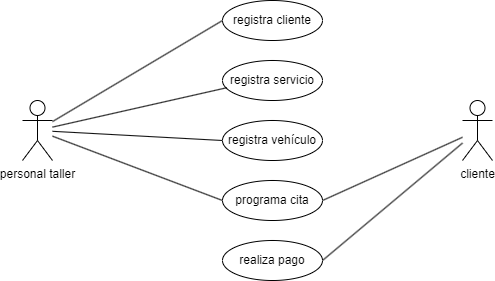
Before: diagrama_comportamiento/taller/taller.drawio.png, a diagram exported from draw.io (liliguoz/ETS). Source tidied: cells renumbered, new cells last; positions are measured from the earlier drawing's top-left corner, leaving out a move shared by most shapes. Source of this version:
```xml
<mxGraphModel>
  <root>
    <mxCell id="0" />
    <mxCell id="1" parent="0" />
    <mxCell id="2" style="rounded=0;jettySize=auto;html=1;entryX=0;entryY=0.5;entryDx=0;entryDy=0;endArrow=none;endFill=0;" parent="1" edge="1" source="5" target="9">
      <mxGeometry relative="1" as="geometry" />
    </mxCell>
    <mxCell id="3" style="rounded=0;jettySize=auto;html=1;entryX=0;entryY=0.5;entryDx=0;entryDy=0;endArrow=none;endFill=0;" parent="1" edge="1" source="5" target="10">
      <mxGeometry relative="1" as="geometry" />
    </mxCell>
    <mxCell id="4" style="rounded=0;jettySize=auto;html=1;entryX=0;entryY=0.5;entryDx=0;entryDy=0;endArrow=none;endFill=0;" parent="1" edge="1" source="5" target="11">
      <mxGeometry relative="1" as="geometry" />
    </mxCell>
    <mxCell id="5" value="personal taller" style="shape=umlActor;verticalLabelPosition=bottom;verticalAlign=top;html=1;outlineConnect=0;" parent="1" vertex="1">
      <mxGeometry y="100" width="30" height="60" as="geometry" />
    </mxCell>
    <mxCell id="6" style="rounded=0;jettySize=auto;html=1;entryX=1;entryY=0.5;entryDx=0;entryDy=0;endArrow=none;endFill=0;" parent="1" edge="1" source="8" target="11">
      <mxGeometry relative="1" as="geometry" />
    </mxCell>
    <mxCell id="7" style="rounded=0;jettySize=auto;html=1;entryX=1;entryY=0.5;entryDx=0;entryDy=0;endArrow=none;endFill=0;" parent="1" edge="1" source="8" target="13">
      <mxGeometry relative="1" as="geometry" />
    </mxCell>
    <mxCell id="8" value="cliente" style="shape=umlActor;verticalLabelPosition=bottom;verticalAlign=top;html=1;outlineConnect=0;" parent="1" vertex="1">
      <mxGeometry x="440" y="100" width="30" height="60" as="geometry" />
    </mxCell>
    <mxCell id="9" value="registra cliente" style="ellipse;whiteSpace=wrap;html=1;align=center;" parent="1" vertex="1">
      <mxGeometry x="200" width="100" height="40" as="geometry" />
    </mxCell>
    <mxCell id="10" value="registra vehículo" style="ellipse;whiteSpace=wrap;html=1;align=center;" parent="1" vertex="1">
      <mxGeometry x="200" y="120" width="100" height="40" as="geometry" />
    </mxCell>
    <mxCell id="11" value="programa cita" style="ellipse;whiteSpace=wrap;html=1;align=center;" parent="1" vertex="1">
      <mxGeometry x="200" y="180" width="100" height="40" as="geometry" />
    </mxCell>
    <mxCell id="12" value="registra servicio" style="ellipse;whiteSpace=wrap;html=1;align=center;" parent="1" vertex="1">
      <mxGeometry x="200" y="60" width="100" height="40" as="geometry" />
    </mxCell>
    <mxCell id="13" value="realiza pago" style="ellipse;whiteSpace=wrap;html=1;align=center;" parent="1" vertex="1">
      <mxGeometry x="200" y="240" width="100" height="40" as="geometry" />
    </mxCell>
    <mxCell id="14" style="rounded=0;jettySize=auto;html=1;entryX=0.044;entryY=0.68;entryDx=0;entryDy=0;entryPerimeter=0;endArrow=none;endFill=0;" parent="1" edge="1" source="5" target="12">
      <mxGeometry relative="1" as="geometry" />
    </mxCell>
  </root>
</mxGraphModel>
```
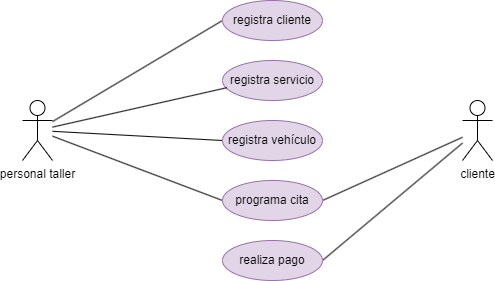
Later version of the same file.

What changed in the source:
```diff
@@ -23,19 +23,19 @@
     <mxCell id="8" value="cliente" style="shape=umlActor;verticalLabelPosition=bottom;verticalAlign=top;html=1;outlineConnect=0;" parent="1" vertex="1">
       <mxGeometry x="440" y="100" width="30" height="60" as="geometry" />
     </mxCell>
-    <mxCell id="9" value="registra cliente" style="ellipse;whiteSpace=wrap;html=1;align=center;" parent="1" vertex="1">
+    <mxCell id="9" value="registra cliente" style="ellipse;whiteSpace=wrap;html=1;align=center;fillColor=#e1d5e7;strokeColor=#9673a6;" parent="1" vertex="1">
       <mxGeometry x="200" width="100" height="40" as="geometry" />
     </mxCell>
-    <mxCell id="10" value="registra vehículo" style="ellipse;whiteSpace=wrap;html=1;align=center;" parent="1" vertex="1">
+    <mxCell id="10" value="registra vehículo" style="ellipse;whiteSpace=wrap;html=1;align=center;fillColor=#e1d5e7;strokeColor=#9673a6;" parent="1" vertex="1">
       <mxGeometry x="200" y="120" width="100" height="40" as="geometry" />
     </mxCell>
-    <mxCell id="11" value="programa cita" style="ellipse;whiteSpace=wrap;html=1;align=center;" parent="1" vertex="1">
+    <mxCell id="11" value="programa cita" style="ellipse;whiteSpace=wrap;html=1;align=center;fillColor=#e1d5e7;strokeColor=#9673a6;" parent="1" vertex="1">
       <mxGeometry x="200" y="180" width="100" height="40" as="geometry" />
     </mxCell>
-    <mxCell id="12" value="registra servicio" style="ellipse;whiteSpace=wrap;html=1;align=center;" parent="1" vertex="1">
+    <mxCell id="12" value="registra servicio" style="ellipse;whiteSpace=wrap;html=1;align=center;fillColor=#e1d5e7;strokeColor=#9673a6;" parent="1" vertex="1">
       <mxGeometry x="200" y="60" width="100" height="40" as="geometry" />
     </mxCell>
-    <mxCell id="13" value="realiza pago" style="ellipse;whiteSpace=wrap;html=1;align=center;" parent="1" vertex="1">
+    <mxCell id="13" value="realiza pago" style="ellipse;whiteSpace=wrap;html=1;align=center;fillColor=#e1d5e7;strokeColor=#9673a6;" parent="1" vertex="1">
       <mxGeometry x="200" y="240" width="100" height="40" as="geometry" />
     </mxCell>
     <mxCell id="14" style="rounded=0;jettySize=auto;html=1;entryX=0.044;entryY=0.68;entryDx=0;entryDy=0;entryPerimeter=0;endArrow=none;endFill=0;" parent="1" edge="1" source="5" target="12">
```
